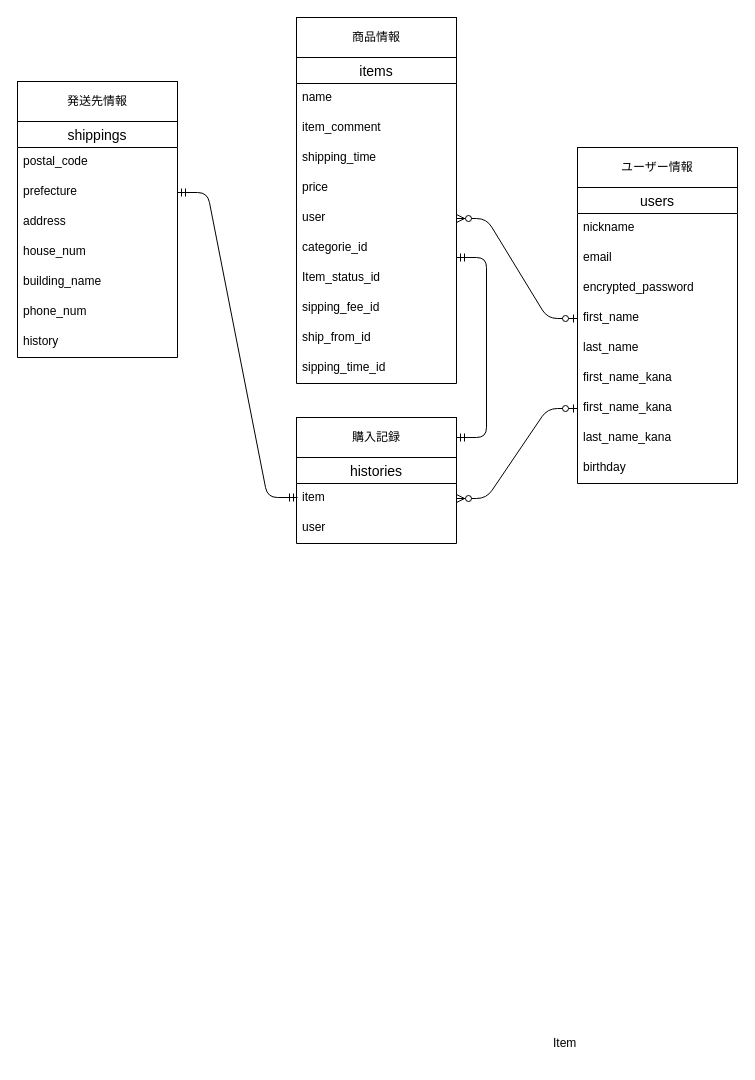
Before: database_ER.dio in xemnas1018/furima-41347, a draw.io diagram. Source tidied: cells renumbered, new cells numbered last; positions are measured from the earlier drawing's top-left corner, leaving out a move shared by most shapes. Both pictures are drawn from the tidied source at 100%, with x=0, y=0 at pixel (17, 17).
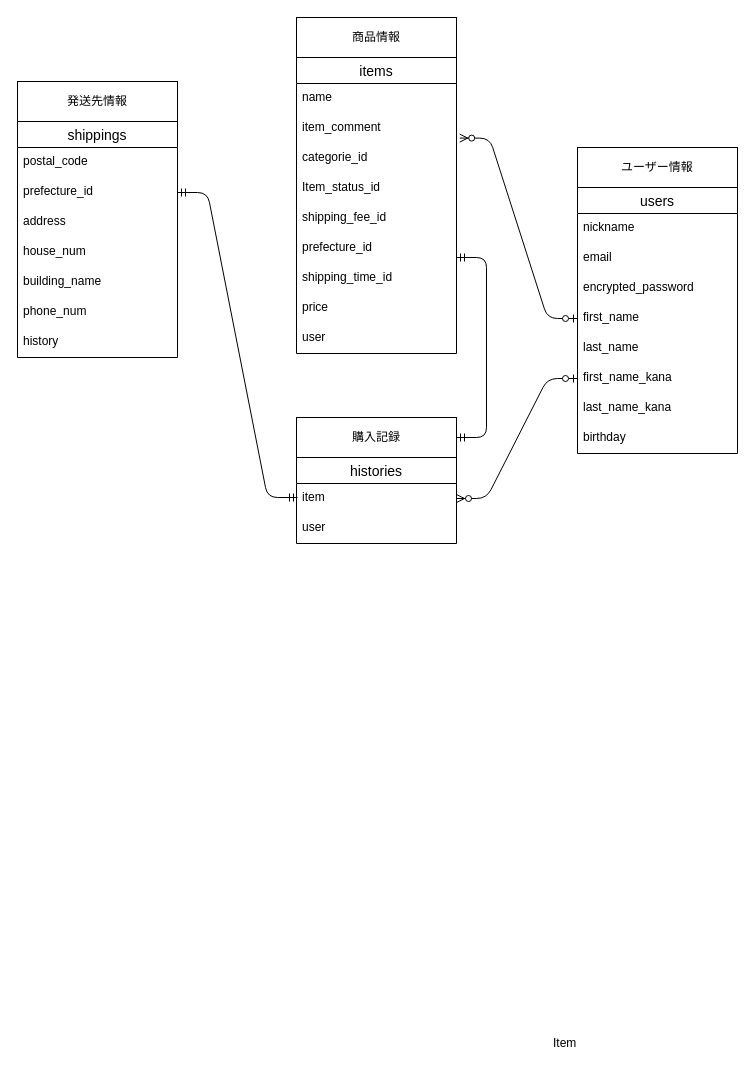
Above is the later version.

Commit message (it also covers changes not shown here):
ER図・READMEファイル修正5

The change refers to these unchanged cells:
```xml
<mxCell id="7" style="group;" parent="1" vertex="1">
  <mxGeometry x="279" width="160" height="722" as="geometry" />
</mxCell>
<mxCell id="21" value="shippings" style="swimlane;fontStyle=0;horizontal=1;startSize=26;align=center;fontSize=14;" parent="20" vertex="1">
  <mxGeometry y="40" width="160" height="236" as="geometry" />
</mxCell>
<mxCell id="31" style="group;" parent="1" vertex="1">
  <mxGeometry x="560" y="130" width="160" height="336" as="geometry" />
</mxCell>
<mxCell id="36" value="first_name" style="text;strokeColor=none;fillColor=none;spacingLeft=4;spacingRight=4;overflow=hidden;points=[[0,0.5],[1,0.5]];portConstraint=eastwest;fontSize=12;" parent="32" vertex="1">
  <mxGeometry y="116" width="160" height="30" as="geometry" />
</mxCell>
```

Change to the diagram source:
```diff
@@
     <mxCell id="8" value="items" style="swimlane;fontStyle=0;horizontal=1;startSize=26;align=center;fontSize=14;" parent="7" vertex="1">
-      <mxGeometry y="40" width="160" height="326" as="geometry" />
+      <mxGeometry y="40" width="160" height="296" as="geometry" />
     </mxCell>
@@
-    <mxCell id="11" value="shipping_time" style="text;strokeColor=none;fillColor=none;spacingLeft=4;spacingRight=4;overflow=hidden;fontSize=12;" parent="8" vertex="1">
-      <mxGeometry y="86" width="160" height="30" as="geometry" />
-    </mxCell>
-    <mxCell id="12" value="price" style="text;strokeColor=none;fillColor=none;spacingLeft=4;spacingRight=4;overflow=hidden;fontSize=12;" parent="8" vertex="1">
-      <mxGeometry y="116" width="160" height="30" as="geometry" />
-    </mxCell>
-    <mxCell id="13" value="user" style="text;strokeColor=none;fillColor=none;spacingLeft=4;spacingRight=4;overflow=hidden;points=[[0,0.5],[1,0.5]];portConstraint=eastwest;fontSize=12;" parent="8" vertex="1">
-      <mxGeometry y="146" width="160" height="30" as="geometry" />
-    </mxCell>
     <mxCell id="14" value="categorie_id" style="text;strokeColor=none;fillColor=none;spacingLeft=4;spacingRight=4;overflow=hidden;points=[[0,0.5],[1,0.5]];portConstraint=eastwest;fontSize=12;" parent="8" vertex="1">
-      <mxGeometry y="176" width="160" height="30" as="geometry" />
+      <mxGeometry y="86" width="160" height="30" as="geometry" />
     </mxCell>
     <mxCell id="15" value="Item_status_id" style="text;strokeColor=none;fillColor=none;spacingLeft=4;spacingRight=4;overflow=hidden;fontSize=12;" parent="8" vertex="1">
-      <mxGeometry y="206" width="160" height="30" as="geometry" />
+      <mxGeometry y="116" width="160" height="30" as="geometry" />
     </mxCell>
-    <mxCell id="16" value="sipping_fee_id" style="text;strokeColor=none;fillColor=none;spacingLeft=4;spacingRight=4;overflow=hidden;fontSize=12;" parent="8" vertex="1">
-      <mxGeometry y="236" width="160" height="30" as="geometry" />
+    <mxCell id="16" value="shipping_fee_id" style="text;strokeColor=none;fillColor=none;spacingLeft=4;spacingRight=4;overflow=hidden;fontSize=12;" parent="8" vertex="1">
+      <mxGeometry y="146" width="160" height="30" as="geometry" />
     </mxCell>
-    <mxCell id="17" value="ship_from_id" style="text;strokeColor=none;fillColor=none;spacingLeft=4;spacingRight=4;overflow=hidden;fontSize=12;" parent="8" vertex="1">
-      <mxGeometry y="266" width="160" height="30" as="geometry" />
+    <mxCell id="17" value="prefecture_id" style="text;strokeColor=none;fillColor=none;spacingLeft=4;spacingRight=4;overflow=hidden;fontSize=12;" parent="8" vertex="1">
+      <mxGeometry y="176" width="160" height="30" as="geometry" />
     </mxCell>
-    <mxCell id="18" value="sipping_time_id" style="text;strokeColor=none;fillColor=none;spacingLeft=4;spacingRight=4;overflow=hidden;fontSize=12;" parent="8" vertex="1">
-      <mxGeometry y="296" width="160" height="30" as="geometry" />
-    </mxCell>
+    <mxCell id="11" value="shipping_time_id" style="text;strokeColor=none;fillColor=none;spacingLeft=4;spacingRight=4;overflow=hidden;fontSize=12;" parent="8" vertex="1">
+      <mxGeometry y="206" width="160" height="30" as="geometry" />
+    </mxCell>
+    <mxCell id="12" value="price" style="text;strokeColor=none;fillColor=none;spacingLeft=4;spacingRight=4;overflow=hidden;fontSize=12;" parent="8" vertex="1">
+      <mxGeometry y="236" width="160" height="30" as="geometry" />
+    </mxCell>
+    <mxCell id="13" value="user" style="text;strokeColor=none;fillColor=none;spacingLeft=4;spacingRight=4;overflow=hidden;points=[[0,0.5],[1,0.5]];portConstraint=eastwest;fontSize=12;" parent="8" vertex="1">
+      <mxGeometry y="266" width="160" height="30" as="geometry" />
+    </mxCell>
@@
-    <mxCell id="23" value="prefecture" style="text;strokeColor=none;fillColor=none;spacingLeft=4;spacingRight=4;overflow=hidden;points=[[0,0.5],[1,0.5]];portConstraint=eastwest;fontSize=12;" parent="21" vertex="1">
+    <mxCell id="23" value="prefecture_id" style="text;strokeColor=none;fillColor=none;spacingLeft=4;spacingRight=4;overflow=hidden;points=[[0,0.5],[1,0.5]];portConstraint=eastwest;fontSize=12;" parent="21" vertex="1">
       <mxGeometry y="56" width="160" height="30" as="geometry" />
     </mxCell>
@@
     <mxCell id="32" value="users" style="swimlane;fontStyle=0;horizontal=1;startSize=26;align=center;fontSize=14;" parent="31" vertex="1">
-      <mxGeometry y="40" width="160" height="296" as="geometry" />
+      <mxGeometry y="40" width="160" height="266" as="geometry" />
     </mxCell>
@@
-    <mxCell id="38" value="first_name_kana" style="text;strokeColor=none;fillColor=none;spacingLeft=4;spacingRight=4;overflow=hidden;fontSize=12;" parent="32" vertex="1">
-      <mxGeometry y="176" width="160" height="30" as="geometry" />
-    </mxCell>
     <mxCell id="39" value="first_name_kana" style="text;strokeColor=none;fillColor=none;spacingLeft=4;spacingRight=4;overflow=hidden;points=[[0,0.5],[1,0.5]];portConstraint=eastwest;fontSize=12;" parent="32" vertex="1">
-      <mxGeometry y="206" width="160" height="30" as="geometry" />
+      <mxGeometry y="176" width="160" height="30" as="geometry" />
     </mxCell>
     <mxCell id="40" value="last_name_kana" style="text;strokeColor=none;fillColor=none;spacingLeft=4;spacingRight=4;overflow=hidden;fontSize=12;" parent="32" vertex="1">
-      <mxGeometry y="236" width="160" height="30" as="geometry" />
+      <mxGeometry y="206" width="160" height="30" as="geometry" />
     </mxCell>
     <mxCell id="41" value="birthday" style="text;strokeColor=none;fillColor=none;spacingLeft=4;spacingRight=4;overflow=hidden;fontSize=12;" parent="32" vertex="1">
-      <mxGeometry y="266" width="160" height="30" as="geometry" />
+      <mxGeometry y="236" width="160" height="30" as="geometry" />
     </mxCell>
@@
-    <mxCell id="43" style="edgeStyle=entityRelationEdgeStyle;fontSize=12;html=1;endArrow=ERzeroToMany;startArrow=ERzeroToOne;entryX=1;entryY=0.5;entryDx=0;entryDy=0;exitX=0;exitY=0.5;exitDx=0;exitDy=0;" parent="1" edge="1" source="36" target="13">
+    <mxCell id="43" style="edgeStyle=entityRelationEdgeStyle;fontSize=12;html=1;endArrow=ERzeroToMany;startArrow=ERzeroToOne;entryX=1.02;entryY=-0.18;entryDx=0;entryDy=0;exitX=0;exitY=0.5;exitDx=0;exitDy=0;entryPerimeter=0;" parent="1" edge="1" source="36" target="14">
       <mxGeometry relative="1" as="geometry" />
     </mxCell>
```
